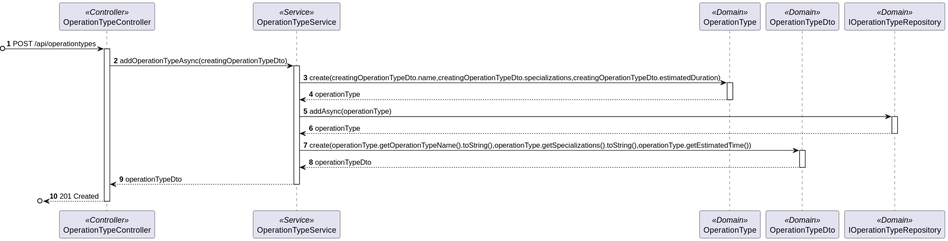
The PlantUML diagram docs/sprint-a/us-5.1.20/views/level3/process-view-2.svg in 1220846/sem5pi-24-25-3ddg20, before a commit. The source it was exported from:
```plantuml
@startuml
autonumber

participant "OperationTypeController" as Controller <<Controller>>
participant "OperationTypeService" as Service <<Service>>
participant "OperationType" as OperationType <<Domain>>
participant "OperationTypeDto" as OperationTypeDto <<Domain>>
participant "IOperationTypeRepository" as Repository <<Domain>>

?o-> Controller : POST /api/operationtypes

activate Controller

    Controller -> Service : addOperationTypeAsync(creatingOperationTypeDto)

    activate Service

        Service -> OperationType : create(creatingOperationTypeDto.name,creatingOperationTypeDto.specializations,creatingOperationTypeDto.estimatedDuration)

        activate OperationType

            OperationType --> Service : operationType

        deactivate OperationType

        Service  -> Repository : addAsync(operationType)

        activate Repository

            Repository --> Service : operationType

        deactivate Repository

        Service -> OperationTypeDto : create(operationType.getOperationTypeName().toString(),operationType.getSpecializations().toString(),operationType.getEstimatedTime())

        activate OperationTypeDto

            OperationTypeDto --> Service : operationTypeDto

        deactivate OperationTypeDto

        Service --> Controller : operationTypeDto

    deactivate Service

    ?o<-- Controller : 201 Created

deactivate Controller
@enduml
```
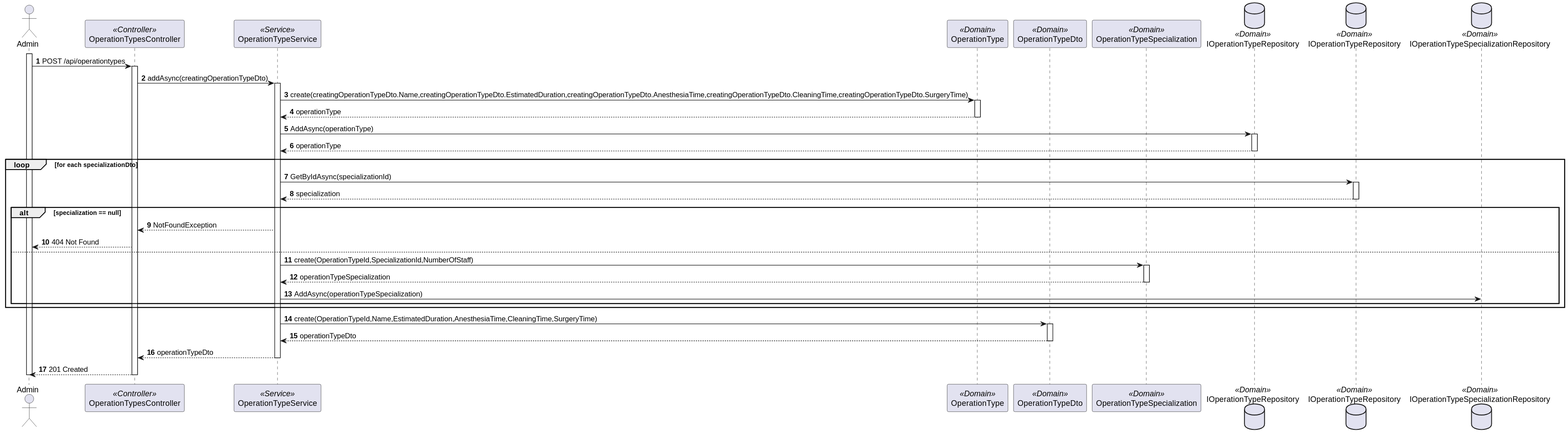
Above is the later version.

Commit message:
docs: fix process-view level 2 and 3 #20

The edit, as a diff of the source:
```diff
@@ -1,49 +1,88 @@
 @startuml
 autonumber
 
-participant "OperationTypeController" as Controller <<Controller>>
+actor "Admin" as Admin
+participant "OperationTypesController" as Controller <<Controller>>
 participant "OperationTypeService" as Service <<Service>>
 participant "OperationType" as OperationType <<Domain>>
 participant "OperationTypeDto" as OperationTypeDto <<Domain>>
-participant "IOperationTypeRepository" as Repository <<Domain>>
+participant "OperationTypeSpecialization" as OperationTypeSpecialization <<Domain>>
+database "IOperationTypeRepository" as Repository <<Domain>>
+database "IOperationTypeRepository" as SpecializationRepository <<Domain>>
+database "IOperationTypeSpecializationRepository" as OperationTypeSpecializationRepository <<Domain>>
 
-?o-> Controller : POST /api/operationtypes
+activate Admin
+    Admin-> Controller : POST /api/operationtypes
 
-activate Controller
+    activate Controller
 
-    Controller -> Service : addOperationTypeAsync(creatingOperationTypeDto)
+        Controller -> Service : addAsync(creatingOperationTypeDto)
 
-    activate Service
+        activate Service
 
-        Service -> OperationType : create(creatingOperationTypeDto.name,creatingOperationTypeDto.specializations,creatingOperationTypeDto.estimatedDuration)
+            Service -> OperationType : create(creatingOperationTypeDto.Name,creatingOperationTypeDto.EstimatedDuration,creatingOperationTypeDto.AnesthesiaTime,creatingOperationTypeDto.CleaningTime,creatingOperationTypeDto.SurgeryTime)
 
-        activate OperationType
+            activate OperationType
 
-            OperationType --> Service : operationType
+                OperationType --> Service : operationType
 
-        deactivate OperationType
+            deactivate OperationType
 
-        Service  -> Repository : addAsync(operationType)
+            Service  -> Repository : AddAsync(operationType)
 
-        activate Repository
+            activate Repository
 
-            Repository --> Service : operationType
+                Repository --> Service : operationType
 
-        deactivate Repository
+            deactivate Repository
 
-        Service -> OperationTypeDto : create(operationType.getOperationTypeName().toString(),operationType.getSpecializations().toString(),operationType.getEstimatedTime())
+            loop for each specializationDto
 
-        activate OperationTypeDto
+                Service -> SpecializationRepository : GetByIdAsync(specializationId)
 
-            OperationTypeDto --> Service : operationTypeDto
+                activate SpecializationRepository
 
-        deactivate OperationTypeDto
+                    SpecializationRepository --> Service : specialization
 
-        Service --> Controller : operationTypeDto
+                deactivate SpecializationRepository
 
-    deactivate Service
+                alt specialization == null
 
-    ?o<-- Controller : 201 Created
+                    Service --> Controller : NotFoundException
 
-deactivate Controller
+                    Admin <-- Controller : 404 Not Found
+
+                else
+
+                    Service -> OperationTypeSpecialization : create(OperationTypeId,SpecializationId,NumberOfStaff)
+
+                    activate OperationTypeSpecialization
+
+                        OperationTypeSpecialization --> Service : operationTypeSpecialization
+
+                    deactivate OperationTypeSpecialization
+
+                    Service  -> OperationTypeSpecializationRepository : AddAsync(operationTypeSpecialization)
+
+                end
+
+            end
+
+            Service -> OperationTypeDto : create(OperationTypeId,Name,EstimatedDuration,AnesthesiaTime,CleaningTime,SurgeryTime)
+
+            activate OperationTypeDto
+
+                OperationTypeDto --> Service : operationTypeDto
+
+            deactivate OperationTypeDto
+
+            Service --> Controller : operationTypeDto
+
+        deactivate Service
+
+        Admin <-- Controller : 201 Created
+
+    deactivate Controller
+
+deactivate Admin
 @enduml
```
